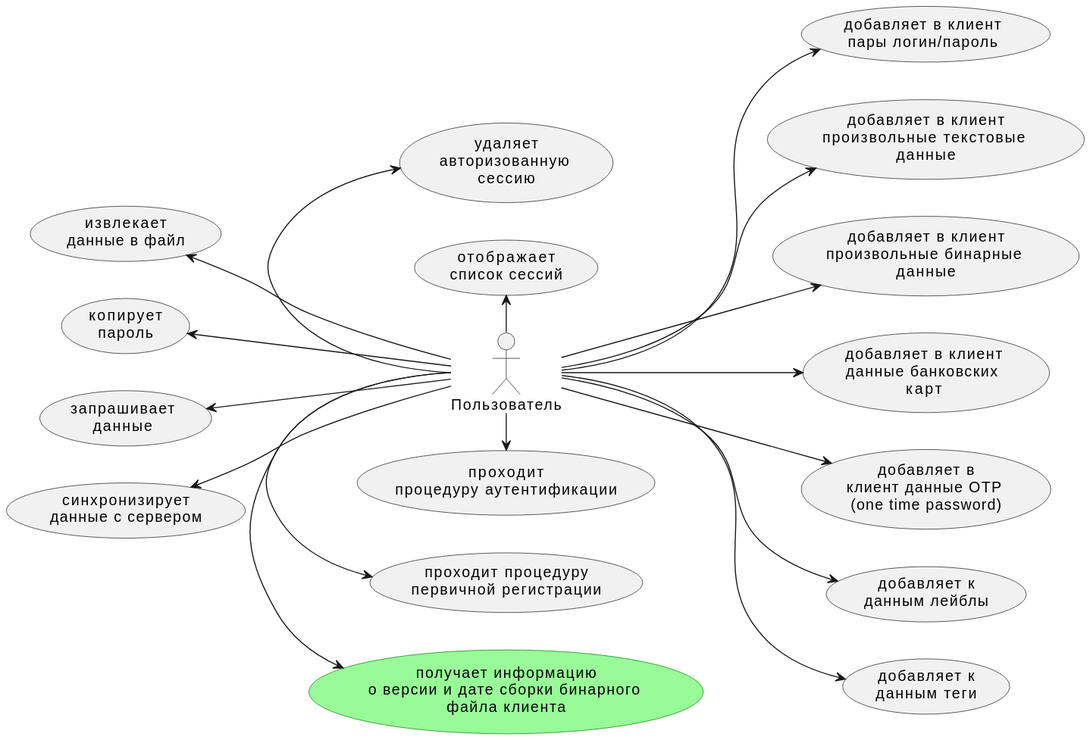
This is doc/usecase.svg from gopherlearning/gophkeeper, a PlantUML export, as it was before one commit.
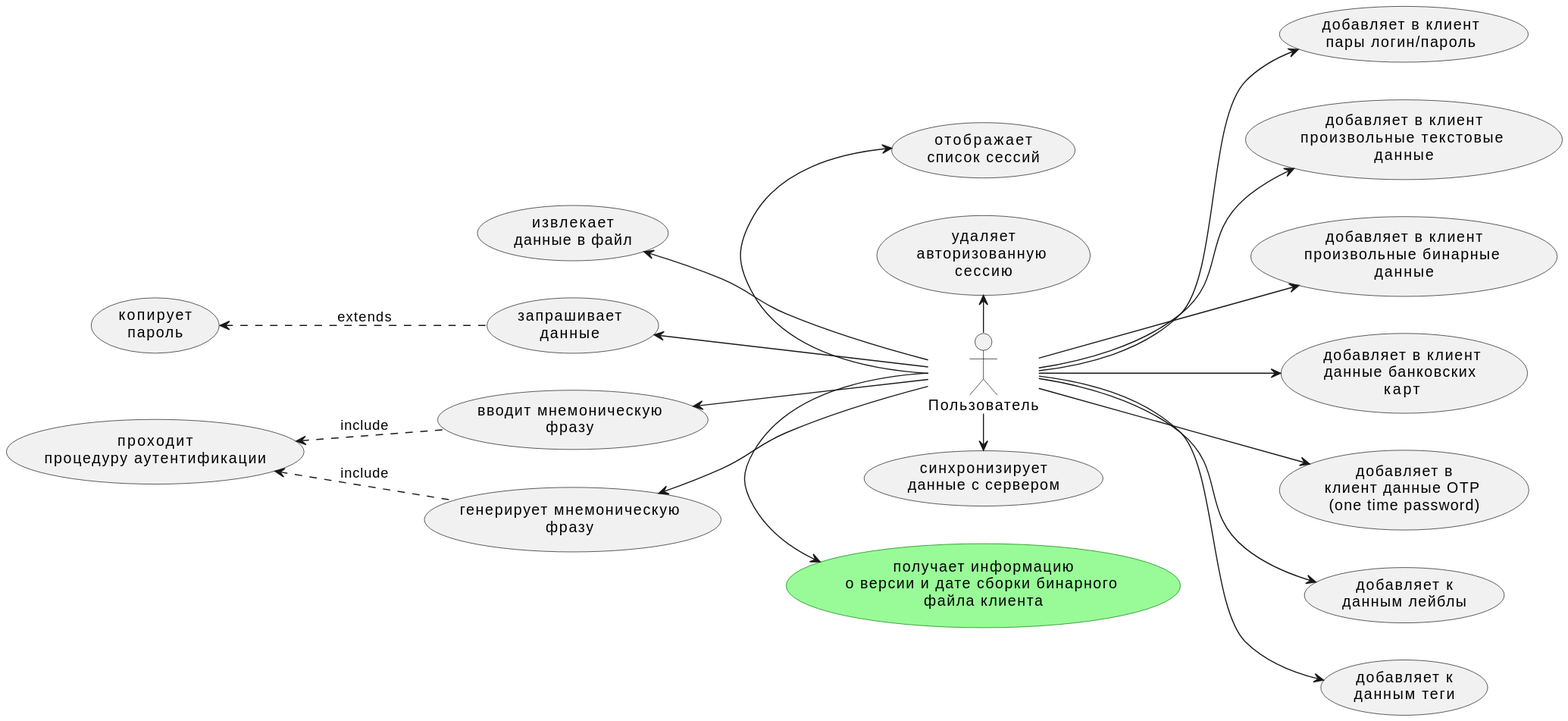
Later version of the same file.

Commit message:
Изменил диаграмму

Change to the diagram source:
```diff
@@ -4,8 +4,12 @@
 usecase UC1 #palegreen;line:green as "получает информацию
 о версии и дате сборки бинарного
 файла клиента"
-usecase UC2  as "проходит процедуру
-первичной регистрации"
+usecase UC2  as "генерирует мнемоническую
+фразу"
+usecase UC17  as "вводит мнемоническую
+фразу"
+usecase UC11 as "проходит
+процедуру аутентификации"
 usecase UC3  as "добавляет в клиент
 пары логин/пароль"
 usecase UC4  as "добавляет в клиент
@@ -26,8 +30,6 @@
 данным теги"
 usecase UC10 as "синхронизирует
 данные с сервером"
-usecase UC11 as "проходит
-процедуру аутентификации"
 usecase UC12 as "запрашивает
 данные"
 usecase UC13 as "копирует
@@ -40,7 +42,6 @@
 авторизованную
 сессию"
 u -right-> UC1
-u -right-> UC2
 u -down-> UC3
 u -down-> UC4
 u -down-> UC5
@@ -48,11 +49,14 @@
 u -down-> UC7
 u -down-> UC8
 u -down-> UC9
-u -up-> UC10
-u -right-> UC11
+u -right-> UC10
+u -up-> (UC2)
+u -up-> (UC17)
+(UC17) .up-> (UC11) : include
+(UC2) .up-> (UC11) : include
 u -up-> UC12
-u -up-> UC13
+(UC12) .up-> (UC13) : extends
 u -up-> UC14
+u -left-> UC16
 u -left-> UC15
-u -left-> UC16
 @enduml
```
